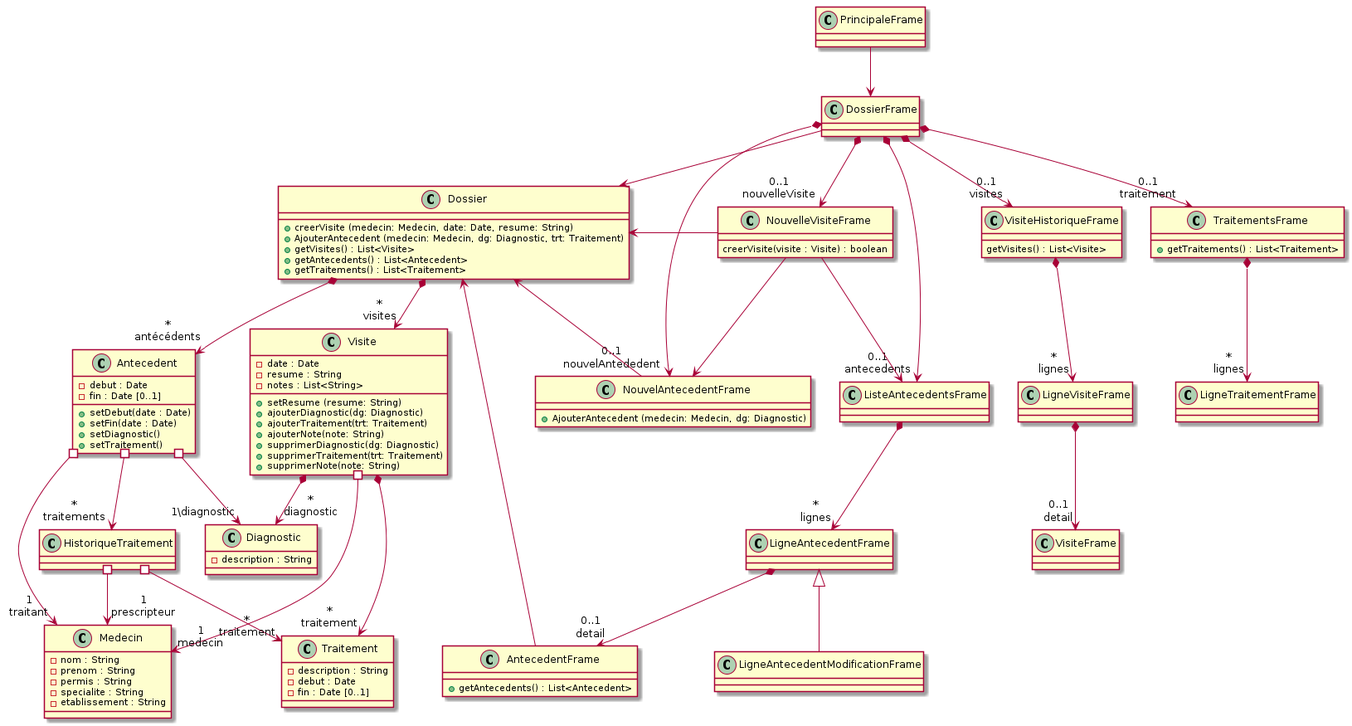
Above: models/class_diagram_dossier.png in fethiuqam/INF5153-Projet-Session (PlantUML), before the change. The source it was exported from:
```plantuml
@startuml


class Dossier {
    + creerVisite (medecin: Medecin, date: Date, resume: String)
    + AjouterAntecedent (medecin: Medecin, dg: Diagnostic, trt: Traitement)
    + getVisites() : List<Visite>
    + getAntecedents() : List<Antecedent>
    + getTraitements() : List<Traitement>
}

class Visite {
    - date : Date
    - resume : String
    - notes : List<String>
    + setResume (resume: String)
    + ajouterDiagnostic(dg: Diagnostic)
    + ajouterTraitement(trt: Traitement)
    + ajouterNote(note: String)
    + supprimerDiagnostic(dg: Diagnostic)
    + supprimerTraitement(trt: Traitement)
    + supprimerNote(note: String)
}


class Antecedent {
    - debut : Date
    - fin : Date [0..1]
    + setDebut(date : Date)
    + setFin(date : Date)
    + setDiagnostic()
    + setTraitement()
}

class HistoriqueTraitement {

}

class Diagnostic {
    - description : String
}

class Traitement {
    - description : String
    - debut : Date
    - fin : Date [0..1]
}

class Medecin {
    - nom : String
    - prenom : String
    - permis : String
    - specialite : String
    - etablissement : String
}

class PrincipaleFrame {

}

class DossierFrame {

}

class VisiteHistoriqueFrame {
    getVisites() : List<Visite>

}

class LigneVisiteFrame {

}

class VisiteFrame {

}

class NouvelleVisiteFrame {
    creerVisite(visite : Visite) : boolean
}

class AntecedentFrame {
    + getAntecedents() : List<Antecedent>
}

class NouvelAntecedentFrame {
    + AjouterAntecedent (medecin: Medecin, dg: Diagnostic)
}

class ListeAntecedentsFrame {

}

class LigneAntecedentFrame {

}

class LigneAntecedentModificationFrame {

}

class TraitementsFrame {
    + getTraitements() : List<Traitement>
}

class LigneTraitementFrame {

}


Dossier *--> "*\nvisites" Visite
Dossier *--> "*\nantécédents" Antecedent

Visite *--> "*\ndiagnostic" Diagnostic
Visite *--> "*\ntraitement" Traitement
Visite #--> "1\nmedecin" Medecin

Antecedent #--> "1\ntraitant" Medecin
Antecedent #--> "1\diagnostic" Diagnostic
Antecedent #--> "*\ntraitements" HistoriqueTraitement
HistoriqueTraitement #--> "*\ntraitement" Traitement
HistoriqueTraitement #--> "1\nprescripteur" Medecin

PrincipaleFrame --> DossierFrame
DossierFrame --> Dossier

DossierFrame *-->"0..1\nvisites" VisiteHistoriqueFrame
DossierFrame *--> "0..1\nnouvelleVisite"NouvelleVisiteFrame
DossierFrame *--> "0..1\nantecedents"ListeAntecedentsFrame
DossierFrame *--> "0..1\nnouvelAntededent"NouvelAntecedentFrame
DossierFrame *--> "0..1\ntraitement"TraitementsFrame



VisiteHistoriqueFrame *--> "*\nlignes" LigneVisiteFrame
ListeAntecedentsFrame *--> "*\nlignes" LigneAntecedentFrame
LigneAntecedentFrame <|--  LigneAntecedentModificationFrame
TraitementsFrame *--> "*\nlignes" LigneTraitementFrame


LigneVisiteFrame *--> "0..1\ndetail"VisiteFrame
NouvelleVisiteFrame --> NouvelAntecedentFrame
NouvelleVisiteFrame --> ListeAntecedentsFrame
LigneAntecedentFrame *--> "0..1\ndetail"AntecedentFrame

Dossier <- NouvelleVisiteFrame
Dossier <-- NouvelAntecedentFrame
Dossier <-- AntecedentFrame


@enduml
```
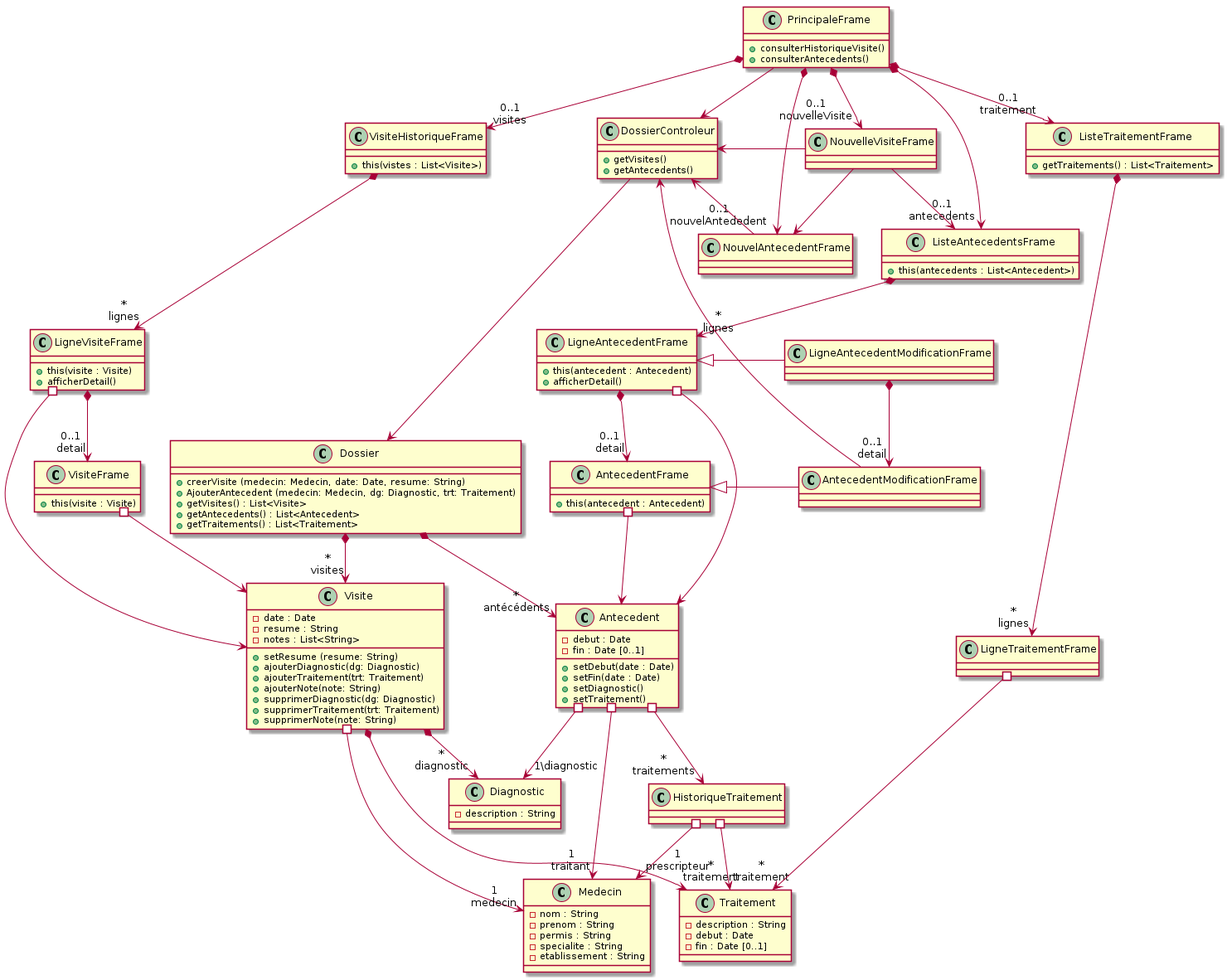
After the commit.

Commit message:
ajout du diagram de sequence consulter antecedents

Change to the diagram source:
```diff
@@ -54,44 +54,52 @@
     - etablissement : String
 }
 
-class PrincipaleFrame {
+class DossierControleur {
+    + getVisites()
+    + getAntecedents()
 
 }
 
-class DossierFrame {
+class PrincipaleFrame {
+    + consulterHistoriqueVisite()
+    + consulterAntecedents()
+}
+
+class VisiteHistoriqueFrame {
+    + this(vistes : List<Visite>)
+}
+
+class LigneVisiteFrame {
+    + this(visite : Visite)
+    + afficherDetail()
+}
+
+class VisiteFrame {
+    + this(visite : Visite)
+}
+
+class NouvelleVisiteFrame {
 
 }
 
-class VisiteHistoriqueFrame {
-    getVisites() : List<Visite>
+class ListeAntecedentsFrame {
+    + this(antecedents : List<Antecedent>)
+}
+
+class LigneAntecedentFrame {
+    + this(antecedent : Antecedent)
+    + afficherDetail()
+}
+
+class AntecedentFrame {
+    + this(antecedent : Antecedent)
+}
+
+class AntecedentModificationFrame {
 
 }
 
-class LigneVisiteFrame {
-
-}
-
-class VisiteFrame {
-
-}
-
-class NouvelleVisiteFrame {
-    creerVisite(visite : Visite) : boolean
-}
-
-class AntecedentFrame {
-    + getAntecedents() : List<Antecedent>
-}
-
 class NouvelAntecedentFrame {
-    + AjouterAntecedent (medecin: Medecin, dg: Diagnostic)
-}
-
-class ListeAntecedentsFrame {
-
-}
-
-class LigneAntecedentFrame {
 
 }
 
@@ -99,7 +107,7 @@
 
 }
 
-class TraitementsFrame {
+class ListeTraitementFrame {
     + getTraitements() : List<Traitement>
 }
 
@@ -121,31 +129,40 @@
 HistoriqueTraitement #--> "*\ntraitement" Traitement
 HistoriqueTraitement #--> "1\nprescripteur" Medecin
 
-PrincipaleFrame --> DossierFrame
-DossierFrame --> Dossier
+PrincipaleFrame --> DossierControleur
+DossierControleur --> Dossier
 
-DossierFrame *-->"0..1\nvisites" VisiteHistoriqueFrame
-DossierFrame *--> "0..1\nnouvelleVisite"NouvelleVisiteFrame
-DossierFrame *--> "0..1\nantecedents"ListeAntecedentsFrame
-DossierFrame *--> "0..1\nnouvelAntededent"NouvelAntecedentFrame
-DossierFrame *--> "0..1\ntraitement"TraitementsFrame
+PrincipaleFrame *-->"0..1\nvisites" VisiteHistoriqueFrame
+PrincipaleFrame *--> "0..1\nnouvelleVisite"NouvelleVisiteFrame
+PrincipaleFrame *--> "0..1\nantecedents"ListeAntecedentsFrame
+PrincipaleFrame *--> "0..1\nnouvelAntededent"NouvelAntecedentFrame
+PrincipaleFrame *--> "0..1\ntraitement"ListeTraitementFrame
 
 
 
 VisiteHistoriqueFrame *--> "*\nlignes" LigneVisiteFrame
 ListeAntecedentsFrame *--> "*\nlignes" LigneAntecedentFrame
-LigneAntecedentFrame <|--  LigneAntecedentModificationFrame
-TraitementsFrame *--> "*\nlignes" LigneTraitementFrame
+LigneAntecedentFrame <|-  LigneAntecedentModificationFrame
+AntecedentFrame <|- AntecedentModificationFrame
+ListeTraitementFrame *--> "*\nlignes" LigneTraitementFrame
 
 
 LigneVisiteFrame *--> "0..1\ndetail"VisiteFrame
 NouvelleVisiteFrame --> NouvelAntecedentFrame
 NouvelleVisiteFrame --> ListeAntecedentsFrame
 LigneAntecedentFrame *--> "0..1\ndetail"AntecedentFrame
+LigneAntecedentModificationFrame *--> "0..1\ndetail"AntecedentModificationFrame
 
-Dossier <- NouvelleVisiteFrame
-Dossier <-- NouvelAntecedentFrame
-Dossier <-- AntecedentFrame
+LigneAntecedentFrame #--> Antecedent
+AntecedentFrame #--> Antecedent
+LigneVisiteFrame #--> Visite
+VisiteFrame #--> Visite
+LigneTraitementFrame #-->Traitement
+
+
+DossierControleur <- NouvelleVisiteFrame
+DossierControleur <-- NouvelAntecedentFrame
+DossierControleur <-- AntecedentModificationFrame
 
 
 @enduml
```
